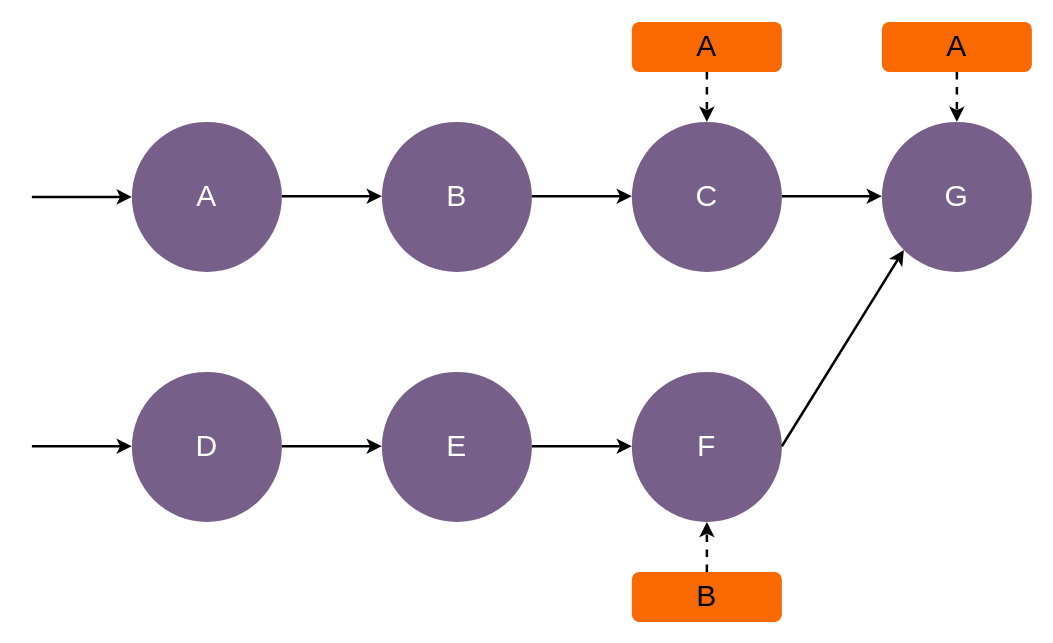
The draw.io diagram page "merge" (14 of 16) of git.drawio in hanning0511/git, before the edit. Source tidied: cells renumbered, new cells numbered last; positions are measured from the earlier drawing's top-left corner, leaving out a move shared by most shapes. Both pictures are drawn from the tidied source at 125%, with x=0, y=0 at pixel (31, 21).
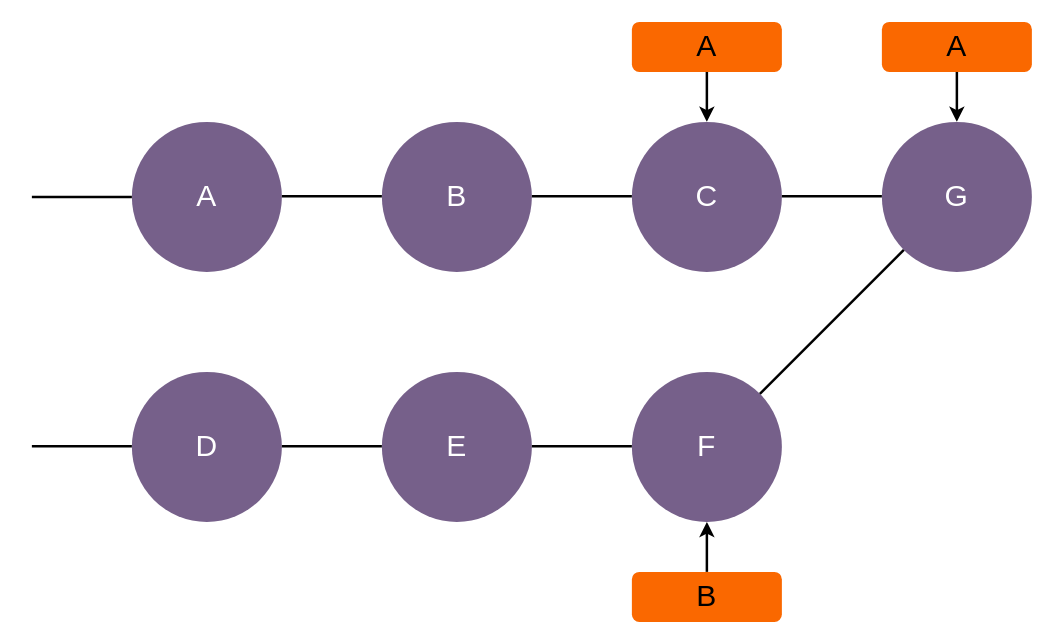
After the change.

The change refers to these unchanged cells:
```xml
<mxCell id="4" value="C" style="ellipse;whiteSpace=wrap;html=1;fontSize=24;fillColor=#76608a;fontColor=#ffffff;strokeColor=none;" parent="1" vertex="1">
  <mxGeometry x="480" y="80" width="120" height="120" as="geometry" />
</mxCell>
<mxCell id="7" value="F" style="ellipse;whiteSpace=wrap;html=1;fontSize=24;fillColor=#76608a;fontColor=#ffffff;strokeColor=none;" parent="1" vertex="1">
  <mxGeometry x="480" y="280" width="120" height="120" as="geometry" />
</mxCell>
<mxCell id="8" value="G" style="ellipse;whiteSpace=wrap;html=1;fontSize=24;fillColor=#76608a;fontColor=#ffffff;strokeColor=none;" parent="1" vertex="1">
  <mxGeometry x="680" y="80" width="120" height="120" as="geometry" />
</mxCell>
<mxCell id="18" value="A" style="rounded=1;whiteSpace=wrap;html=1;fontSize=24;fillColor=#fa6800;fontColor=#000000;strokeColor=none;" parent="1" vertex="1">
  <mxGeometry x="480" width="120" height="40" as="geometry" />
</mxCell>
<mxCell id="20" value="B" style="rounded=1;whiteSpace=wrap;html=1;fontSize=24;fillColor=#fa6800;fontColor=#000000;strokeColor=none;" parent="1" vertex="1">
  <mxGeometry x="480" y="440" width="120" height="40" as="geometry" />
</mxCell>
<mxCell id="22" value="A" style="rounded=1;whiteSpace=wrap;html=1;fontSize=24;fillColor=#fa6800;fontColor=#000000;strokeColor=none;" parent="1" vertex="1">
  <mxGeometry x="680" width="120" height="40" as="geometry" />
</mxCell>
```

The edit, as a diff of the source:
```diff
@@
-    <mxCell id="9" style="endArrow=classic;html=1;rounded=0;strokeWidth=2;" parent="1" edge="1">
+    <mxCell id="9" style="endArrow=none;html=1;rounded=0;strokeWidth=2;endFill=0;" parent="1" edge="1">
       <mxGeometry relative="1" as="geometry">
         <mxPoint y="140" as="sourcePoint" />
         <mxPoint x="80" y="140" as="targetPoint" />
       </mxGeometry>
     </mxCell>
-    <mxCell id="10" style="endArrow=classic;html=1;rounded=0;strokeWidth=2;" parent="1" edge="1">
+    <mxCell id="10" style="endArrow=none;html=1;rounded=0;strokeWidth=2;endFill=0;" parent="1" edge="1">
       <mxGeometry relative="1" as="geometry">
         <mxPoint x="200" y="139.5" as="sourcePoint" />
         <mxPoint x="280" y="139.5" as="targetPoint" />
       </mxGeometry>
     </mxCell>
-    <mxCell id="11" style="endArrow=classic;html=1;rounded=0;strokeWidth=2;" parent="1" edge="1">
+    <mxCell id="11" style="endArrow=none;html=1;rounded=0;strokeWidth=2;endFill=0;" parent="1" edge="1">
       <mxGeometry relative="1" as="geometry">
         <mxPoint x="400" y="139.5" as="sourcePoint" />
         <mxPoint x="480" y="139.5" as="targetPoint" />
       </mxGeometry>
     </mxCell>
-    <mxCell id="12" style="endArrow=classic;html=1;rounded=0;strokeWidth=2;" parent="1" edge="1">
+    <mxCell id="12" style="endArrow=none;html=1;rounded=0;strokeWidth=2;endFill=0;" parent="1" edge="1">
       <mxGeometry relative="1" as="geometry">
         <mxPoint x="600" y="139.5" as="sourcePoint" />
         <mxPoint x="680" y="139.5" as="targetPoint" />
       </mxGeometry>
     </mxCell>
-    <mxCell id="13" style="endArrow=classic;html=1;rounded=0;strokeWidth=2;" parent="1" edge="1">
+    <mxCell id="13" style="endArrow=none;html=1;rounded=0;strokeWidth=2;endFill=0;" parent="1" edge="1">
       <mxGeometry relative="1" as="geometry">
         <mxPoint y="339.5" as="sourcePoint" />
         <mxPoint x="80" y="339.5" as="targetPoint" />
       </mxGeometry>
     </mxCell>
-    <mxCell id="14" style="endArrow=classic;html=1;rounded=0;strokeWidth=2;" parent="1" edge="1">
+    <mxCell id="14" style="endArrow=none;html=1;rounded=0;strokeWidth=2;endFill=0;" parent="1" edge="1">
       <mxGeometry relative="1" as="geometry">
         <mxPoint x="200" y="339.5" as="sourcePoint" />
         <mxPoint x="280" y="339.5" as="targetPoint" />
       </mxGeometry>
     </mxCell>
-    <mxCell id="15" style="endArrow=classic;html=1;rounded=0;strokeWidth=2;" parent="1" edge="1">
+    <mxCell id="15" style="endArrow=none;html=1;rounded=0;strokeWidth=2;endFill=0;" parent="1" edge="1">
       <mxGeometry relative="1" as="geometry">
         <mxPoint x="400" y="339.5" as="sourcePoint" />
         <mxPoint x="480" y="339.5" as="targetPoint" />
       </mxGeometry>
     </mxCell>
-    <mxCell id="16" style="endArrow=classic;html=1;rounded=0;strokeWidth=2;entryX=0;entryY=1;entryDx=0;entryDy=0;" parent="1" edge="1" target="8">
-      <mxGeometry relative="1" as="geometry">
-        <mxPoint x="600" y="339.5" as="sourcePoint" />
-      </mxGeometry>
+    <mxCell id="16" style="endArrow=none;html=1;rounded=0;strokeWidth=2;entryX=0;entryY=1;entryDx=0;entryDy=0;endFill=0;exitX=1;exitY=0;exitDx=0;exitDy=0;" parent="1" edge="1" source="7" target="8">
+      <mxGeometry relative="1" as="geometry" />
     </mxCell>
-    <mxCell id="17" style="edgeStyle=orthogonalEdgeStyle;rounded=0;jettySize=auto;html=1;strokeWidth=2;dashed=1;" parent="1" edge="1" source="18" target="4">
+    <mxCell id="17" style="edgeStyle=orthogonalEdgeStyle;rounded=0;jettySize=auto;html=1;strokeWidth=2;" parent="1" edge="1" source="18" target="4">
       <mxGeometry relative="1" as="geometry" />
     </mxCell>
@@
-    <mxCell id="19" style="edgeStyle=orthogonalEdgeStyle;rounded=0;jettySize=auto;html=1;dashed=1;strokeWidth=2;" parent="1" edge="1" source="20" target="7">
+    <mxCell id="19" style="edgeStyle=orthogonalEdgeStyle;rounded=0;jettySize=auto;html=1;strokeWidth=2;" parent="1" edge="1" source="20" target="7">
       <mxGeometry relative="1" as="geometry" />
     </mxCell>
@@
-    <mxCell id="21" style="edgeStyle=orthogonalEdgeStyle;rounded=0;jettySize=auto;html=1;dashed=1;strokeWidth=2;" parent="1" edge="1" source="22" target="8">
+    <mxCell id="21" style="edgeStyle=orthogonalEdgeStyle;rounded=0;jettySize=auto;html=1;strokeWidth=2;" parent="1" edge="1" source="22" target="8">
       <mxGeometry relative="1" as="geometry" />
     </mxCell>
```
